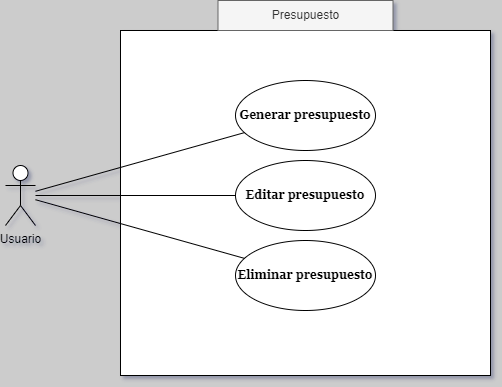
The draw.io diagram Presupuesto.png in CH3MOO/SpecialityX, before a commit. Source tidied: cells renumbered, new cells last; positions are measured from the earlier drawing's top-left corner, leaving out a move shared by most shapes.
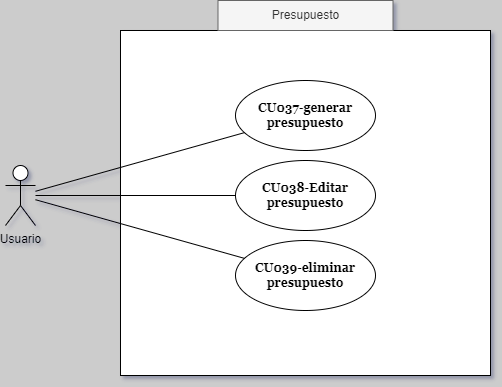
Later version of the same file.

Change to the diagram source:
```diff
@@ -8,7 +8,7 @@
     <mxCell id="3" value="Usuario" style="shape=umlActor;verticalLabelPosition=bottom;verticalAlign=top;html=1;" parent="1" vertex="1">
       <mxGeometry y="165" width="30" height="60" as="geometry" />
     </mxCell>
-    <mxCell id="4" value="Generar presupuesto" style="ellipse;whiteSpace=wrap;html=1;fontFamily=Georgia;fontStyle=1;" parent="1" vertex="1">
+    <mxCell id="4" value="CU037-generar presupuesto" style="ellipse;whiteSpace=wrap;html=1;fontFamily=Georgia;fontStyle=1;" parent="1" vertex="1">
       <mxGeometry x="230" y="80" width="140" height="70" as="geometry" />
     </mxCell>
     <mxCell id="5" style="endArrow=none;html=1;rounded=0;" parent="1" edge="1" source="3" target="4">
@@ -17,10 +17,10 @@
     <mxCell id="6" value="Presupuesto" style="text;html=1;align=center;verticalAlign=middle;whiteSpace=wrap;rounded=0;fillColor=#f5f5f5;strokeColor=#666666;fontColor=#333333;" parent="1" vertex="1">
       <mxGeometry x="212.5" width="175" height="30" as="geometry" />
     </mxCell>
-    <mxCell id="7" value="Eliminar presupuesto" style="ellipse;whiteSpace=wrap;html=1;fontFamily=Georgia;fontStyle=1;" parent="1" vertex="1">
+    <mxCell id="7" value="CU039-eliminar presupuesto" style="ellipse;whiteSpace=wrap;html=1;fontFamily=Georgia;fontStyle=1;" parent="1" vertex="1">
       <mxGeometry x="230" y="240" width="140" height="70" as="geometry" />
     </mxCell>
-    <mxCell id="8" value="Editar presupuesto" style="ellipse;whiteSpace=wrap;html=1;fontFamily=Georgia;fontStyle=1;" parent="1" vertex="1">
+    <mxCell id="8" value="CU038-Editar presupuesto" style="ellipse;whiteSpace=wrap;html=1;fontFamily=Georgia;fontStyle=1;" parent="1" vertex="1">
       <mxGeometry x="230" y="160" width="140" height="70" as="geometry" />
     </mxCell>
     <mxCell id="9" style="endArrow=none;html=1;rounded=0;" parent="1" edge="1" source="3" target="8">
```
